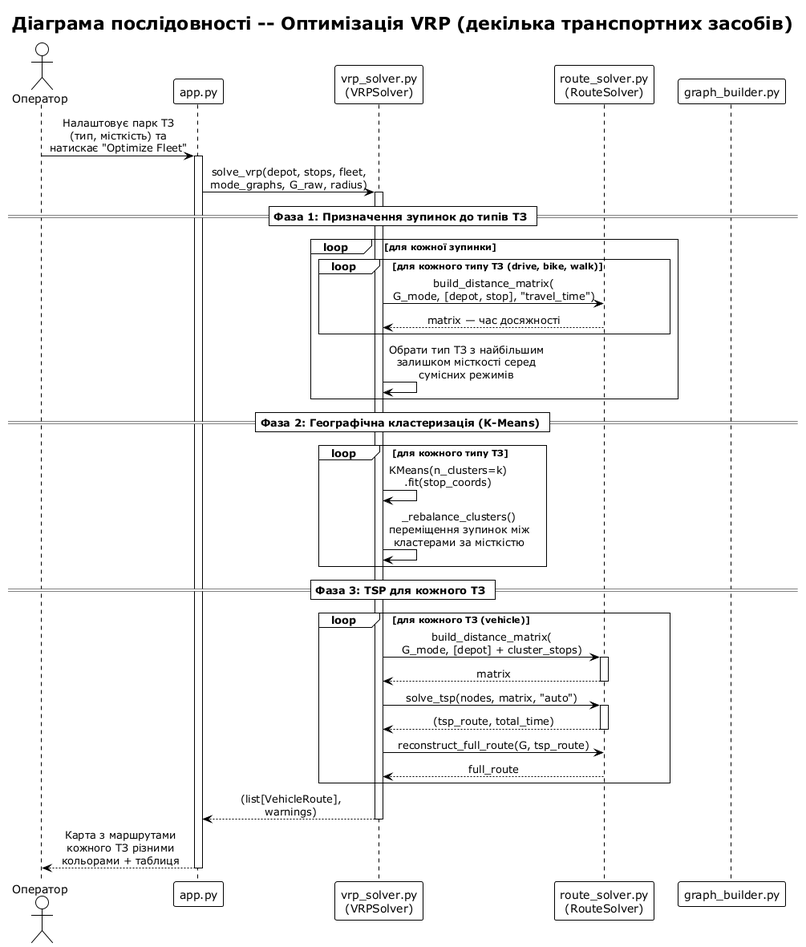
timurrte/DeliveryIQ keeps this PlantUML diagram as ПІС_Курсова/diagrams/Sequence_VRP.png. Above is the earlier version.
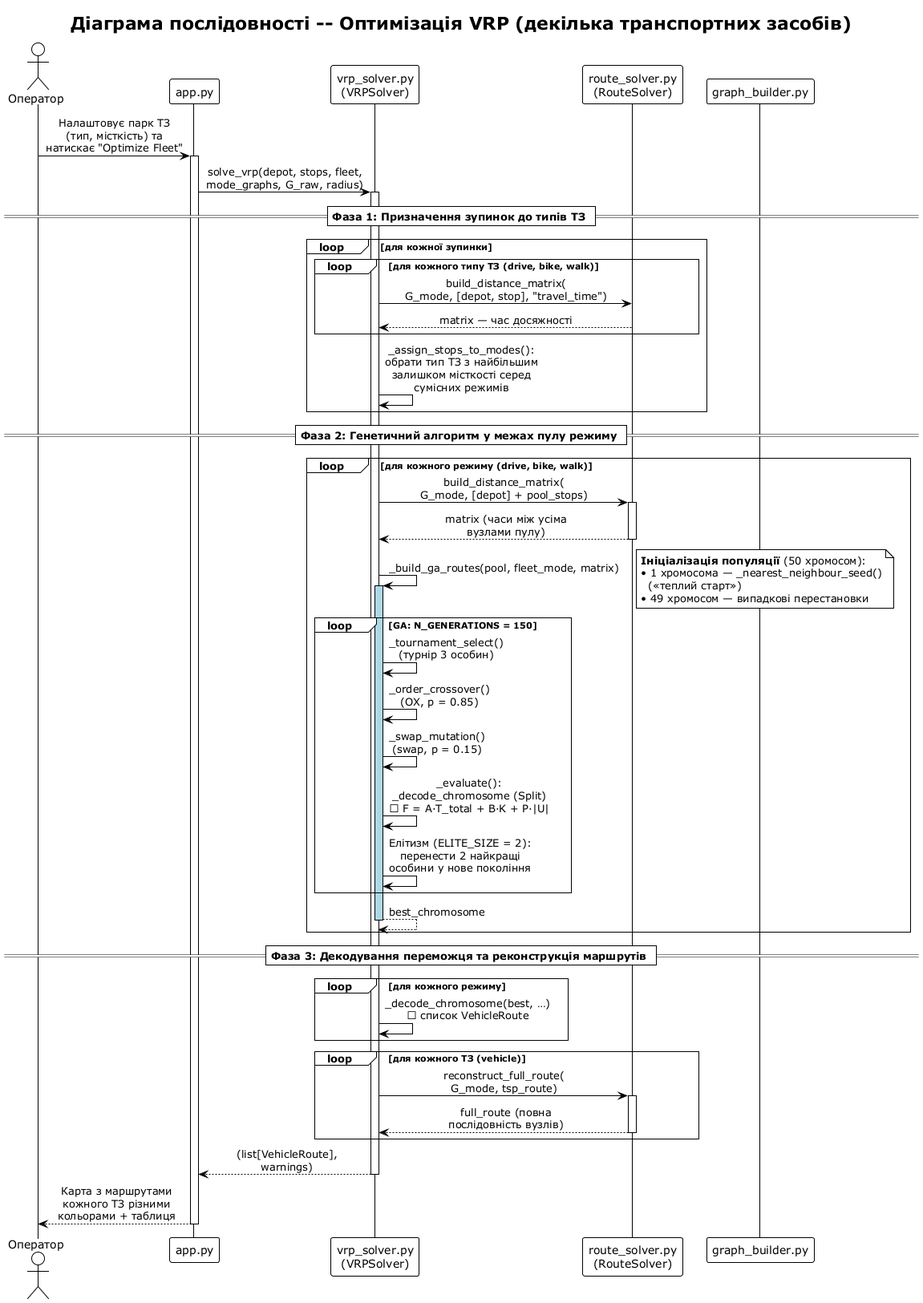
The same file after the commit.

The edit, as a diff of the source:
```diff
@@ -24,31 +24,52 @@
         VRP -> RS : build_distance_matrix(\nG_mode, [depot, stop], "travel_time")
         RS --> VRP : matrix — час досяжності
     end
-    VRP -> VRP : Обрати тип ТЗ з найбільшим\nзалишком місткості серед\nсумісних режимів
+    VRP -> VRP : _assign_stops_to_modes():\nобрати тип ТЗ з найбільшим\nзалишком місткості серед\nсумісних режимів
 end
 
-== Фаза 2: Географічна кластеризація (K-Means) ==
+== Фаза 2: Генетичний алгоритм у межах пулу режиму ==
 
-loop для кожного типу ТЗ
-    VRP -> VRP : KMeans(n_clusters=k)\n.fit(stop_coords)
-    VRP -> VRP : _rebalance_clusters()\nпереміщення зупинок між\nкластерами за місткістю
+loop для кожного режиму (drive, bike, walk)
+
+    VRP -> RS : build_distance_matrix(\nG_mode, [depot] + pool_stops)
+    activate RS
+    RS --> VRP : matrix (часи між усіма\nвузлами пулу)
+    deactivate RS
+
+    VRP -> VRP : _build_ga_routes(pool, fleet_mode, matrix)
+    activate VRP #LightBlue
+
+    note right
+      <b>Ініціалізація популяції</b> (50 хромосом):
+      • 1 хромосома — _nearest_neighbour_seed()
+        («теплий старт»)
+      • 49 хромосом — випадкові перестановки
+    end note
+
+    loop GA: N_GENERATIONS = 150
+        VRP -> VRP : _tournament_select()\n(турнір 3 особин)
+        VRP -> VRP : _order_crossover()\n(OX, p = 0.85)
+        VRP -> VRP : _swap_mutation()\n(swap, p = 0.15)
+        VRP -> VRP : _evaluate():\n_decode_chromosome (Split)\n→ F = A·T_total + B·K + P·|U|
+        VRP -> VRP : Елітизм (ELITE_SIZE = 2):\nперенести 2 найкращі\nособини у нове покоління
+    end
+
+    VRP --> VRP : best_chromosome
+    deactivate VRP
+
 end
 
-== Фаза 3: TSP для кожного ТЗ ==
+== Фаза 3: Декодування переможця та реконструкція маршрутів ==
+
+loop для кожного режиму
+    VRP -> VRP : _decode_chromosome(best, …)\n→ список VehicleRoute
+end
 
 loop для кожного ТЗ (vehicle)
-    VRP -> RS : build_distance_matrix(\nG_mode, [depot] + cluster_stops)
+    VRP -> RS : reconstruct_full_route(\nG_mode, tsp_route)
     activate RS
-    RS --> VRP : matrix
+    RS --> VRP : full_route (повна\nпослідовність вузлів)
     deactivate RS
-
-    VRP -> RS : solve_tsp(nodes, matrix, "auto")
-    activate RS
-    RS --> VRP : (tsp_route, total_time)
-    deactivate RS
-
-    VRP -> RS : reconstruct_full_route(G, tsp_route)
-    RS --> VRP : full_route
 end
 
 VRP --> App : (list[VehicleRoute],\nwarnings)
```
